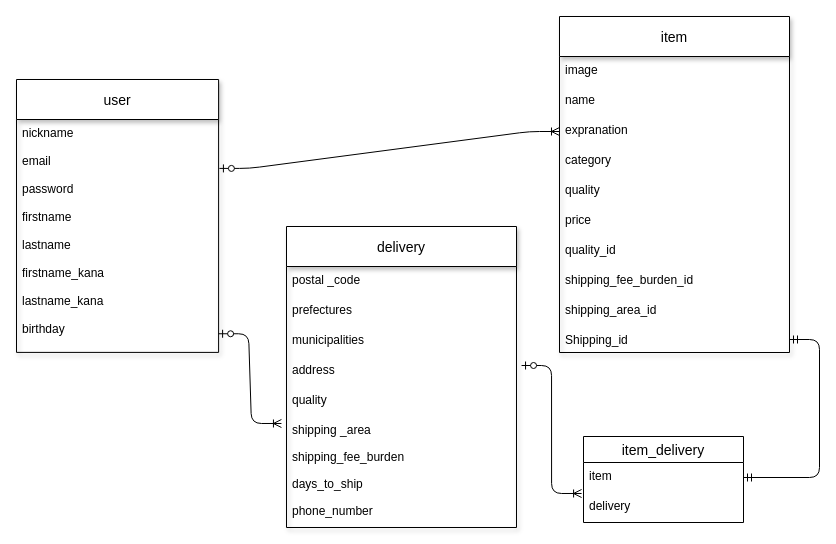
Before: page "ページ1" (1 of 2) of hurimaEr.dio in banana38ruy/furima-32992, a draw.io diagram. Source tidied: cells renumbered, new cells numbered last; positions are measured from the earlier drawing's top-left corner, leaving out a move shared by most shapes. Both pictures are drawn from the tidied source at 100%, with x=0, y=0 at pixel (16, 16).
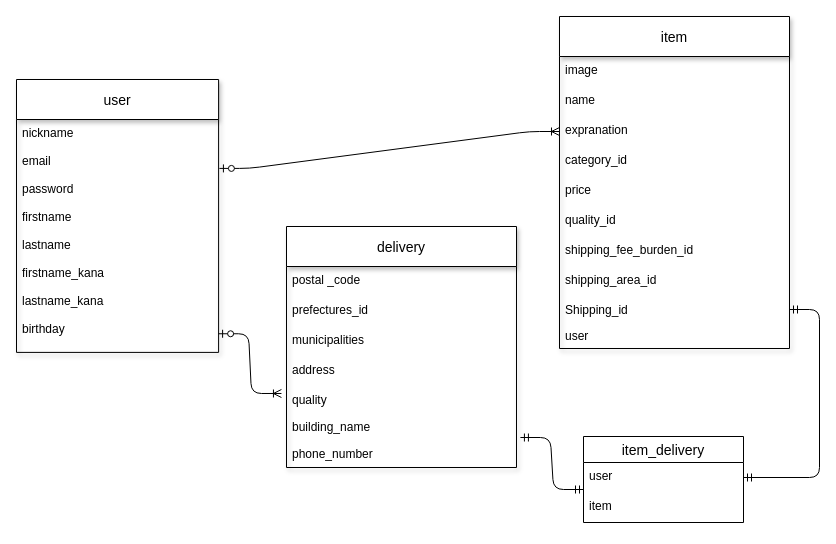
After the change.

Unchanged cells that the change refers to:
```xml
<mxCell id="17" value="address" style="text;strokeColor=none;fillColor=none;spacingLeft=4;spacingRight=4;overflow=hidden;points=[[0,0.5],[1,0.5]];portConstraint=eastwest;fontSize=12;" parent="13" vertex="1">
  <mxGeometry y="130" width="230" height="30" as="geometry" />
</mxCell>
<mxCell id="26" value="item_delivery" style="swimlane;fontStyle=0;horizontal=1;startSize=26;align=center;fontSize=14;" parent="1" vertex="1">
  <mxGeometry x="567" y="420" width="160" height="86" as="geometry" />
</mxCell>
```

Change to the diagram source:
```diff
@@
     <mxCell id="2" value="item" style="swimlane;fontStyle=0;horizontal=1;startSize=40;align=center;fontSize=14;shadow=1;verticalAlign=middle;" parent="1" vertex="1">
-      <mxGeometry x="543" width="230" height="336" as="geometry" />
+      <mxGeometry x="543" width="230" height="332" as="geometry" />
     </mxCell>
@@
-    <mxCell id="6" value="category" style="text;strokeColor=none;fillColor=none;spacingLeft=4;spacingRight=4;overflow=hidden;fontSize=12;" parent="2" vertex="1">
+    <mxCell id="6" value="category_id" style="text;strokeColor=none;fillColor=none;spacingLeft=4;spacingRight=4;overflow=hidden;fontSize=12;" parent="2" vertex="1">
       <mxGeometry y="130" width="230" height="30" as="geometry" />
     </mxCell>
+    <mxCell id="8" value="price" style="text;strokeColor=none;fillColor=none;spacingLeft=4;spacingRight=4;overflow=hidden;fontSize=12;" parent="2" vertex="1">
+      <mxGeometry y="160" width="230" height="30" as="geometry" />
+    </mxCell>
-    <mxCell id="7" value="quality" style="text;strokeColor=none;fillColor=none;spacingLeft=4;spacingRight=4;overflow=hidden;fontSize=12;" parent="2" vertex="1">
-      <mxGeometry y="160" width="230" height="30" as="geometry" />
+    <mxCell id="7" value="quality_id" style="text;strokeColor=none;fillColor=none;spacingLeft=4;spacingRight=4;overflow=hidden;fontSize=12;" parent="2" vertex="1">
+      <mxGeometry y="190" width="230" height="30" as="geometry" />
     </mxCell>
-    <mxCell id="8" value="price" style="text;strokeColor=none;fillColor=none;spacingLeft=4;spacingRight=4;overflow=hidden;fontSize=12;" parent="2" vertex="1">
-      <mxGeometry y="190" width="230" height="30" as="geometry" />
-    </mxCell>
-    <mxCell id="9" value="quality_id" style="text;strokeColor=none;fillColor=none;spacingLeft=4;spacingRight=4;overflow=hidden;fontSize=12;" parent="2" vertex="1">
-      <mxGeometry y="220" width="230" height="30" as="geometry" />
-    </mxCell>
     <mxCell id="10" value="shipping_fee_burden_id&#10;" style="text;strokeColor=none;fillColor=none;spacingLeft=4;spacingRight=4;overflow=hidden;fontSize=12;" parent="2" vertex="1">
-      <mxGeometry y="250" width="230" height="30" as="geometry" />
+      <mxGeometry y="220" width="230" height="30" as="geometry" />
     </mxCell>
     <mxCell id="11" value="shipping_area_id " style="text;strokeColor=none;fillColor=none;spacingLeft=4;spacingRight=4;overflow=hidden;fontSize=12;" parent="2" vertex="1">
-      <mxGeometry y="280" width="230" height="30" as="geometry" />
+      <mxGeometry y="250" width="230" height="30" as="geometry" />
     </mxCell>
     <mxCell id="12" value="Shipping_id" style="text;strokeColor=none;fillColor=none;spacingLeft=4;spacingRight=4;overflow=hidden;points=[[0,0.5],[1,0.5]];portConstraint=eastwest;fontSize=12;" parent="2" vertex="1">
-      <mxGeometry y="310" width="230" height="26" as="geometry" />
+      <mxGeometry y="280" width="230" height="26" as="geometry" />
     </mxCell>
+    <mxCell id="39" value="user&#10;" style="text;strokeColor=none;fillColor=none;spacingLeft=4;spacingRight=4;overflow=hidden;fontSize=12;" parent="2" vertex="1">
+      <mxGeometry y="306" width="230" height="26" as="geometry" />
+    </mxCell>
     <mxCell id="13" value="delivery" style="swimlane;fontStyle=0;horizontal=1;startSize=40;align=center;fontSize=14;shadow=1;verticalAlign=middle;" parent="1" vertex="1">
-      <mxGeometry x="270" y="210" width="230" height="301" as="geometry" />
+      <mxGeometry x="270" y="210" width="230" height="241" as="geometry" />
     </mxCell>
@@
-    <mxCell id="15" value="prefectures" style="text;strokeColor=none;fillColor=none;spacingLeft=4;spacingRight=4;overflow=hidden;fontSize=12;" parent="13" vertex="1">
+    <mxCell id="15" value="prefectures_id" style="text;strokeColor=none;fillColor=none;spacingLeft=4;spacingRight=4;overflow=hidden;fontSize=12;" parent="13" vertex="1">
       <mxGeometry y="70" width="230" height="30" as="geometry" />
     </mxCell>
@@
-    <mxCell id="18" value="quality" style="text;strokeColor=none;fillColor=none;spacingLeft=4;spacingRight=4;overflow=hidden;fontSize=12;" parent="13" vertex="1">
-      <mxGeometry y="160" width="230" height="30" as="geometry" />
-    </mxCell>
-    <mxCell id="19" value="shipping _area" style="text;strokeColor=none;fillColor=none;spacingLeft=4;spacingRight=4;overflow=hidden;points=[[0,0.5],[1,0.5]];portConstraint=eastwest;fontSize=12;" parent="13" vertex="1">
-      <mxGeometry y="190" width="230" height="27" as="geometry" />
+    <mxCell id="19" value="quality&#10;" style="text;strokeColor=none;fillColor=none;spacingLeft=4;spacingRight=4;overflow=hidden;points=[[0,0.5],[1,0.5]];portConstraint=eastwest;fontSize=12;" parent="13" vertex="1">
+      <mxGeometry y="160" width="230" height="27" as="geometry" />
     </mxCell>
-    <mxCell id="20" value="shipping_fee_burden" style="text;strokeColor=none;fillColor=none;spacingLeft=4;spacingRight=4;overflow=hidden;fontSize=12;" parent="13" vertex="1">
-      <mxGeometry y="217" width="230" height="27" as="geometry" />
+    <mxCell id="20" value="building_name" style="text;strokeColor=none;fillColor=none;spacingLeft=4;spacingRight=4;overflow=hidden;fontSize=12;" parent="13" vertex="1">
+      <mxGeometry y="187" width="230" height="27" as="geometry" />
     </mxCell>
-    <mxCell id="21" value="days_to_ship" style="text;strokeColor=none;fillColor=none;spacingLeft=4;spacingRight=4;overflow=hidden;points=[[0,0.5],[1,0.5]];portConstraint=eastwest;fontSize=12;" parent="13" vertex="1">
-      <mxGeometry y="244" width="230" height="27" as="geometry" />
+    <mxCell id="21" value="phone_number" style="text;strokeColor=none;fillColor=none;spacingLeft=4;spacingRight=4;overflow=hidden;points=[[0,0.5],[1,0.5]];portConstraint=eastwest;fontSize=12;" parent="13" vertex="1">
+      <mxGeometry y="214" width="230" height="27" as="geometry" />
     </mxCell>
-    <mxCell id="22" value="phone_number&#10;" style="text;strokeColor=none;fillColor=none;spacingLeft=4;spacingRight=4;overflow=hidden;fontSize=12;" parent="13" vertex="1">
-      <mxGeometry y="271" width="230" height="30" as="geometry" />
-    </mxCell>
@@
-    <mxCell id="25" style="edgeStyle=entityRelationEdgeStyle;fontSize=12;html=1;endArrow=ERoneToMany;startArrow=ERzeroToOne;entryX=-0.012;entryY=0.033;entryDx=0;entryDy=0;exitX=1.022;exitY=0.3;exitDx=0;exitDy=0;exitPerimeter=0;entryPerimeter=0;" parent="1" edge="1" source="17" target="28">
-      <mxGeometry relative="1" as="geometry" />
-    </mxCell>
@@
-    <mxCell id="27" value="item" style="text;strokeColor=none;fillColor=none;spacingLeft=4;spacingRight=4;overflow=hidden;points=[[0,0.5],[1,0.5]];portConstraint=eastwest;fontSize=12;" parent="26" vertex="1">
+    <mxCell id="27" value="user" style="text;strokeColor=none;fillColor=none;spacingLeft=4;spacingRight=4;overflow=hidden;points=[[0,0.5],[1,0.5]];portConstraint=eastwest;fontSize=12;" parent="26" vertex="1">
       <mxGeometry y="26" width="160" height="30" as="geometry" />
     </mxCell>
-    <mxCell id="28" value="delivery" style="text;strokeColor=none;fillColor=none;spacingLeft=4;spacingRight=4;overflow=hidden;points=[[0,0.5],[1,0.5]];portConstraint=eastwest;fontSize=12;" parent="26" vertex="1">
+    <mxCell id="28" value="item" style="text;strokeColor=none;fillColor=none;spacingLeft=4;spacingRight=4;overflow=hidden;points=[[0,0.5],[1,0.5]];portConstraint=eastwest;fontSize=12;" parent="26" vertex="1">
       <mxGeometry y="56" width="160" height="30" as="geometry" />
     </mxCell>
@@
+    <mxCell id="40" style="edgeStyle=entityRelationEdgeStyle;fontSize=12;html=1;endArrow=ERmandOne;startArrow=ERmandOne;exitX=1.017;exitY=-0.111;exitDx=0;exitDy=0;exitPerimeter=0;entryX=0;entryY=-0.1;entryDx=0;entryDy=0;entryPerimeter=0;" parent="1" edge="1" source="21" target="28">
+      <mxGeometry relative="1" as="geometry" />
+    </mxCell>
```
